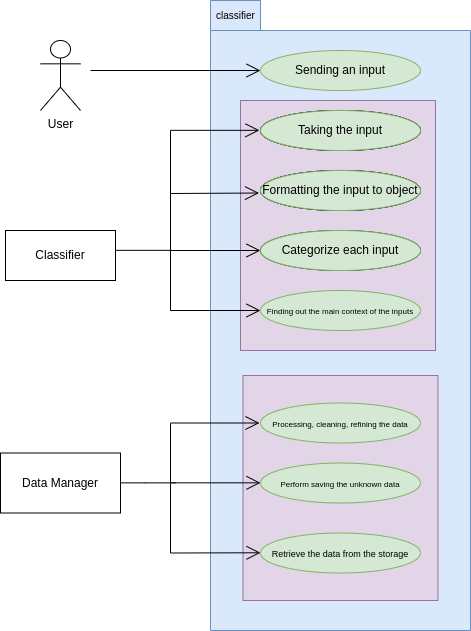
The draw.io diagram plan/context_view.png in John321Blacksmith/tesla, before a commit. Source tidied: cells renumbered, new cells last; positions are measured from the earlier drawing's top-left corner, leaving out a move shared by most shapes.
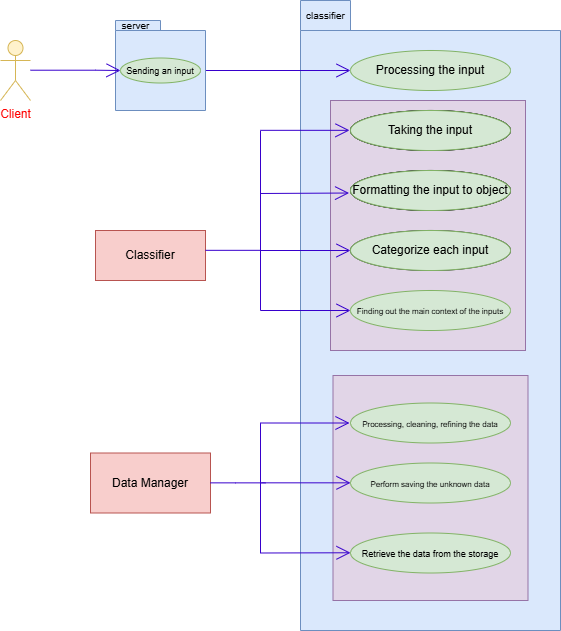
After the commit.

Change to the diagram source:
```diff
@@ -11,13 +11,10 @@
     <mxCell id="4" style="rounded=0;whiteSpace=wrap;html=1;rotation=90;fillColor=#e1d5e7;strokeColor=#9673a6;" parent="1" vertex="1">
       <mxGeometry x="212.5" y="127.5" width="250" height="195" as="geometry" />
     </mxCell>
-    <mxCell id="5" value="User" style="shape=umlActor;verticalLabelPosition=bottom;verticalAlign=top;html=1;" parent="1" vertex="1">
-      <mxGeometry x="40" y="40" width="40" height="70" as="geometry" />
-    </mxCell>
     <mxCell id="6" value="&lt;font style=&quot;font-size: 10px;&quot;&gt;classifier&lt;/font&gt;" style="text;html=1;align=center;verticalAlign=middle;strokeColor=none;fillColor=none;" parent="1" vertex="1">
       <mxGeometry x="205" width="60" height="30" as="geometry" />
     </mxCell>
-    <mxCell id="7" value="Sending an input" style="ellipse;whiteSpace=wrap;html=1;fillColor=#d5e8d4;strokeColor=#82b366;" parent="1" vertex="1">
+    <mxCell id="7" value="Processing the input" style="ellipse;whiteSpace=wrap;html=1;fillColor=#d5e8d4;strokeColor=#82b366;" parent="1" vertex="1">
       <mxGeometry x="260" y="50" width="160" height="40" as="geometry" />
     </mxCell>
     <mxCell id="8" value="Formatting the input to object" style="ellipse;whiteSpace=wrap;html=1;" parent="1" vertex="1">
@@ -29,36 +26,36 @@
     <mxCell id="10" value="&lt;font style=&quot;font-size: 8px;&quot;&gt;Finding out the main context of the inputs&lt;/font&gt;" style="ellipse;whiteSpace=wrap;html=1;fillColor=#d5e8d4;strokeColor=#82b366;" parent="1" vertex="1">
       <mxGeometry x="260" y="290" width="160" height="40" as="geometry" />
     </mxCell>
-    <mxCell id="11" value="Classifier" style="html=1;whiteSpace=wrap;" parent="1" vertex="1">
+    <mxCell id="11" value="Classifier" style="html=1;whiteSpace=wrap;fillColor=#f8cecc;strokeColor=#b85450;" parent="1" vertex="1">
       <mxGeometry x="5" y="230" width="110" height="50" as="geometry" />
     </mxCell>
-    <mxCell id="12" style="endArrow=open;endFill=1;endSize=12;html=1;rounded=0;entryX=0;entryY=0.5;entryDx=0;entryDy=0;" parent="1" edge="1" target="7">
+    <mxCell id="12" style="endArrow=open;endFill=1;endSize=12;html=1;rounded=0;entryX=0;entryY=0.5;entryDx=0;entryDy=0;fillColor=#6a00ff;strokeColor=#3700CC;" parent="1" edge="1" target="7">
       <mxGeometry relative="1" as="geometry">
-        <mxPoint x="90" y="70" as="sourcePoint" />
+        <mxPoint x="115" y="70" as="sourcePoint" />
       </mxGeometry>
     </mxCell>
-    <mxCell id="13" style="endArrow=open;endFill=1;endSize=12;html=1;rounded=0;entryX=0;entryY=0.5;entryDx=0;entryDy=0;" parent="1" edge="1" target="10">
+    <mxCell id="13" style="endArrow=open;endFill=1;endSize=12;html=1;rounded=0;entryX=0;entryY=0.5;entryDx=0;entryDy=0;fillColor=#6a00ff;strokeColor=#3700CC;" parent="1" edge="1" target="10">
       <mxGeometry relative="1" as="geometry">
         <mxPoint x="170" y="310" as="sourcePoint" />
       </mxGeometry>
     </mxCell>
-    <mxCell id="14" style="endArrow=open;endFill=1;endSize=12;html=1;rounded=0;entryX=0;entryY=0.5;entryDx=0;entryDy=0;" parent="1" edge="1" target="9">
+    <mxCell id="14" style="endArrow=open;endFill=1;endSize=12;html=1;rounded=0;entryX=0;entryY=0.5;entryDx=0;entryDy=0;fillColor=#6a00ff;strokeColor=#3700CC;" parent="1" edge="1" target="9">
       <mxGeometry relative="1" as="geometry">
         <mxPoint x="170" y="250" as="sourcePoint" />
       </mxGeometry>
     </mxCell>
-    <mxCell id="15" style="endArrow=open;endFill=1;endSize=12;html=1;rounded=0;entryX=-0.009;entryY=0.563;entryDx=0;entryDy=0;entryPerimeter=0;" parent="1" edge="1" target="8">
+    <mxCell id="15" style="endArrow=open;endFill=1;endSize=12;html=1;rounded=0;entryX=-0.009;entryY=0.563;entryDx=0;entryDy=0;entryPerimeter=0;fillColor=#6a00ff;strokeColor=#3700CC;" parent="1" edge="1" target="8">
       <mxGeometry relative="1" as="geometry">
         <mxPoint x="170" y="193" as="sourcePoint" />
       </mxGeometry>
     </mxCell>
-    <mxCell id="16" style="endArrow=none;html=1;rounded=0;" parent="1" edge="1">
+    <mxCell id="16" style="endArrow=none;html=1;rounded=0;fillColor=#6a00ff;strokeColor=#3700CC;" parent="1" edge="1">
       <mxGeometry relative="1" as="geometry">
         <mxPoint x="170" y="310" as="sourcePoint" />
         <mxPoint x="170" y="130" as="targetPoint" />
       </mxGeometry>
     </mxCell>
-    <mxCell id="17" style="endArrow=none;html=1;rounded=0;exitX=1;exitY=0.5;exitDx=0;exitDy=0;" parent="1" edge="1">
+    <mxCell id="17" style="endArrow=none;html=1;rounded=0;exitX=1;exitY=0.5;exitDx=0;exitDy=0;fillColor=#6a00ff;strokeColor=#3700CC;" parent="1" edge="1">
       <mxGeometry relative="1" as="geometry">
         <mxPoint x="115" y="249.8" as="sourcePoint" />
         <mxPoint x="170" y="249.8" as="targetPoint" />
@@ -67,7 +64,7 @@
     <mxCell id="18" value="Taking the input" style="ellipse;whiteSpace=wrap;html=1;" parent="1" vertex="1">
       <mxGeometry x="260" y="110" width="160" height="40" as="geometry" />
     </mxCell>
-    <mxCell id="19" style="endArrow=open;endFill=1;endSize=12;html=1;rounded=0;entryX=-0.009;entryY=0.563;entryDx=0;entryDy=0;entryPerimeter=0;" parent="1" edge="1">
+    <mxCell id="19" style="endArrow=open;endFill=1;endSize=12;html=1;rounded=0;entryX=-0.009;entryY=0.563;entryDx=0;entryDy=0;entryPerimeter=0;fillColor=#6a00ff;strokeColor=#3700CC;" parent="1" edge="1">
       <mxGeometry relative="1" as="geometry">
         <mxPoint x="170" y="129.8" as="sourcePoint" />
         <mxPoint x="259" y="129.8" as="targetPoint" />
@@ -88,7 +85,7 @@
     <mxCell id="24" value="Categorize each input" style="ellipse;whiteSpace=wrap;html=1;fillColor=#d5e8d4;strokeColor=#82b366;" parent="1" vertex="1">
       <mxGeometry x="260" y="230" width="160" height="40" as="geometry" />
     </mxCell>
-    <mxCell id="25" value="Data Manager" style="whiteSpace=wrap;html=1;" parent="1" vertex="1">
+    <mxCell id="25" value="Data Manager" style="whiteSpace=wrap;html=1;fillColor=#f8cecc;strokeColor=#b85450;" parent="1" vertex="1">
       <mxGeometry y="452.5" width="120" height="60" as="geometry" />
     </mxCell>
     <mxCell id="26" value="&lt;span style=&quot;font-size: 8px;&quot;&gt;Perform saving the unknown data&lt;/span&gt;" style="ellipse;whiteSpace=wrap;html=1;fillColor=#d5e8d4;strokeColor=#82b366;" parent="1" vertex="1">
@@ -100,25 +97,25 @@
     <mxCell id="28" value="&lt;span style=&quot;font-size: 8px;&quot;&gt;Processing, cleaning, refining the data&lt;/span&gt;" style="ellipse;whiteSpace=wrap;html=1;fillColor=#d5e8d4;strokeColor=#82b366;" parent="1" vertex="1">
       <mxGeometry x="260" y="402.5" width="160" height="40" as="geometry" />
     </mxCell>
-    <mxCell id="29" style="endArrow=open;endFill=1;endSize=12;html=1;rounded=0;entryX=0;entryY=0.5;entryDx=0;entryDy=0;" parent="1" edge="1">
+    <mxCell id="29" style="endArrow=open;endFill=1;endSize=12;html=1;rounded=0;entryX=0;entryY=0.5;entryDx=0;entryDy=0;fillColor=#6a00ff;strokeColor=#3700CC;" parent="1" edge="1">
       <mxGeometry relative="1" as="geometry">
         <mxPoint x="170" y="552.5" as="sourcePoint" />
         <mxPoint x="260" y="552.3" as="targetPoint" />
       </mxGeometry>
     </mxCell>
-    <mxCell id="30" style="endArrow=open;endFill=1;endSize=12;html=1;rounded=0;entryX=-0.009;entryY=0.563;entryDx=0;entryDy=0;entryPerimeter=0;" parent="1" edge="1">
+    <mxCell id="30" style="endArrow=open;endFill=1;endSize=12;html=1;rounded=0;entryX=-0.009;entryY=0.563;entryDx=0;entryDy=0;entryPerimeter=0;fillColor=#6a00ff;strokeColor=#3700CC;" parent="1" edge="1">
       <mxGeometry relative="1" as="geometry">
         <mxPoint x="171" y="482.3" as="sourcePoint" />
         <mxPoint x="260" y="482.3" as="targetPoint" />
       </mxGeometry>
     </mxCell>
-    <mxCell id="31" style="endArrow=none;html=1;rounded=0;" parent="1" edge="1">
+    <mxCell id="31" style="endArrow=none;html=1;rounded=0;fillColor=#6a00ff;strokeColor=#3700CC;" parent="1" edge="1">
       <mxGeometry relative="1" as="geometry">
         <mxPoint x="170" y="552.5" as="sourcePoint" />
         <mxPoint x="170" y="422.7" as="targetPoint" />
       </mxGeometry>
     </mxCell>
-    <mxCell id="32" style="endArrow=none;html=1;rounded=0;exitX=1;exitY=0.5;exitDx=0;exitDy=0;" parent="1" edge="1">
+    <mxCell id="32" style="endArrow=none;html=1;rounded=0;exitX=1;exitY=0.5;exitDx=0;exitDy=0;fillColor=#6a00ff;strokeColor=#3700CC;" parent="1" edge="1">
       <mxGeometry relative="1" as="geometry">
         <mxPoint x="120" y="482.4" as="sourcePoint" />
         <mxPoint x="175" y="482.4" as="targetPoint" />
@@ -127,11 +124,32 @@
         </Array>
       </mxGeometry>
     </mxCell>
-    <mxCell id="33" style="endArrow=open;endFill=1;endSize=12;html=1;rounded=0;entryX=-0.009;entryY=0.563;entryDx=0;entryDy=0;entryPerimeter=0;" parent="1" edge="1">
+    <mxCell id="33" style="endArrow=open;endFill=1;endSize=12;html=1;rounded=0;entryX=-0.009;entryY=0.563;entryDx=0;entryDy=0;entryPerimeter=0;fillColor=#6a00ff;strokeColor=#3700CC;" parent="1" edge="1">
       <mxGeometry relative="1" as="geometry">
         <mxPoint x="170" y="422.5" as="sourcePoint" />
         <mxPoint x="259" y="422.5" as="targetPoint" />
       </mxGeometry>
     </mxCell>
+    <mxCell id="34" value="&lt;font color=&quot;#ff0000&quot;&gt;Client&lt;/font&gt;" style="shape=umlActor;verticalLabelPosition=bottom;verticalAlign=top;html=1;fillColor=#fff2cc;strokeColor=#d6b656;" parent="1" vertex="1">
+      <mxGeometry x="-90" y="40" width="30" height="60" as="geometry" />
+    </mxCell>
+    <mxCell id="35" style="shape=folder;fontStyle=1;spacingTop=10;tabWidth=45;tabHeight=10;tabPosition=left;html=1;whiteSpace=wrap;fillColor=#dae8fc;strokeColor=#6c8ebf;" parent="1" vertex="1">
+      <mxGeometry x="25" y="20" width="90" height="90" as="geometry" />
+    </mxCell>
+    <mxCell id="36" value="&lt;font style=&quot;font-size: 10px;&quot;&gt;server&lt;/font&gt;" style="text;html=1;align=center;verticalAlign=middle;strokeColor=none;fillColor=none;" parent="1" vertex="1">
+      <mxGeometry x="20" y="10" width="50" height="30" as="geometry" />
+    </mxCell>
+    <mxCell id="37" value="&lt;font style=&quot;font-size: 9px;&quot;&gt;Sending an input&lt;/font&gt;" style="ellipse;whiteSpace=wrap;html=1;fillColor=#d5e8d4;strokeColor=#82b366;" parent="1" vertex="1">
+      <mxGeometry x="30" y="57.5" width="80" height="25" as="geometry" />
+    </mxCell>
+    <mxCell id="38" style="endArrow=open;endFill=1;endSize=12;html=1;rounded=0;fillColor=#6a00ff;strokeColor=#3700CC;" parent="1" edge="1">
+      <mxGeometry relative="1" as="geometry">
+        <mxPoint x="-60" y="69.7" as="sourcePoint" />
+        <mxPoint x="30" y="70" as="targetPoint" />
+        <Array as="points">
+          <mxPoint x="5" y="69.7" />
+        </Array>
+      </mxGeometry>
+    </mxCell>
   </root>
 </mxGraphModel>
```
